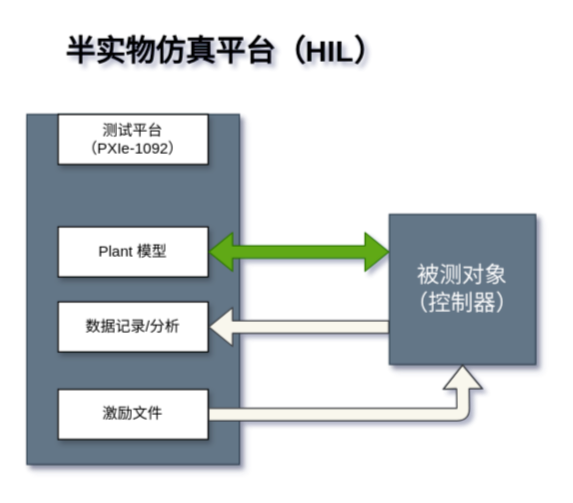
Earlier version of the draw.io diagram Untitled Diagram.drawio (3038814044/GE-Reflective-Memory-Custom-Device-multiple-DMA-transfer). Source tidied: cells renumbered, new cells numbered last; positions are measured from the earlier drawing's top-left corner, leaving out a move shared by most shapes. Both pictures are drawn from the tidied source at 125%, with x=0, y=0 at pixel (26, 26).
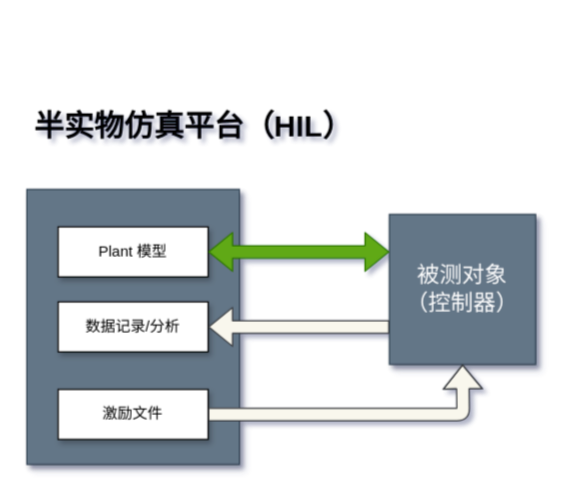
Above is the later version.

What changed in the source:
```diff
@@
 <mxGraphModel background="#ffffff" shadow="1">
   <root>
     <mxCell id="0" />
     <mxCell id="1" parent="0" />
     <mxCell id="2" style="whiteSpace=wrap;html=1;shadow=1;fontSize=18;fillColor=#647687;strokeColor=#314354;fontColor=#ffffff;" parent="1" vertex="1">
-      <mxGeometry y="70" width="170" height="280" as="geometry" />
+      <mxGeometry y="130" width="170" height="220" as="geometry" />
     </mxCell>
     <mxCell id="3" value="被测对象&lt;br&gt;（控制器）" style="whiteSpace=wrap;html=1;shadow=1;fontSize=18;fillColor=#647687;strokeColor=#314354;fontColor=#ffffff;" parent="1" vertex="1">
       <mxGeometry x="290" y="150" width="117" height="120" as="geometry" />
     </mxCell>
-    <mxCell id="4" value="测试平台&lt;br&gt;（PXIe-1092）" style="rounded=0;whiteSpace=wrap;html=1;shadow=1;" parent="1" vertex="1">
-      <mxGeometry x="25" y="70" width="120" height="40" as="geometry" />
-    </mxCell>
     <mxCell id="5" value="半实物仿真平台（HIL）" style="text;strokeColor=none;fillColor=none;html=1;fontSize=24;fontStyle=1;verticalAlign=middle;align=center;shadow=1;" parent="1" vertex="1">
-      <mxGeometry x="25" width="265" height="40" as="geometry" />
+      <mxGeometry y="60" width="265" height="40" as="geometry" />
     </mxCell>
     <mxCell id="6" value="Plant 模型" style="rounded=0;whiteSpace=wrap;html=1;shadow=1;" parent="1" vertex="1">
       <mxGeometry x="25" y="160" width="120" height="40" as="geometry" />
     </mxCell>
     <mxCell id="7" style="shape=flexArrow;endArrow=classic;startArrow=classic;html=1;entryX=0;entryY=0.25;entryDx=0;entryDy=0;exitX=1;exitY=0.5;exitDx=0;exitDy=0;fillColor=#60a917;strokeColor=#2D7600;" parent="1" edge="1" source="6" target="3">
       <mxGeometry relative="1" as="geometry" />
     </mxCell>
     <mxCell id="8" value="数据记录/分析" style="rounded=0;whiteSpace=wrap;html=1;shadow=1;" parent="1" vertex="1">
       <mxGeometry x="25" y="220" width="120" height="40" as="geometry" />
     </mxCell>
     <mxCell id="9" style="shape=flexArrow;endArrow=classic;html=1;entryX=1;entryY=0.5;entryDx=0;entryDy=0;exitX=0;exitY=0.75;exitDx=0;exitDy=0;fillColor=#f9f7ed;strokeColor=#36393d;" parent="1" edge="1" source="3" target="8">
       <mxGeometry relative="1" as="geometry" />
     </mxCell>
     <mxCell id="10" value="激励文件" style="rounded=0;whiteSpace=wrap;html=1;shadow=1;" parent="1" vertex="1">
       <mxGeometry x="25" y="290" width="120" height="40" as="geometry" />
     </mxCell>
     <mxCell id="11" style="shape=flexArrow;endArrow=classic;html=1;exitX=1;exitY=0.5;exitDx=0;exitDy=0;entryX=0.5;entryY=1;entryDx=0;entryDy=0;fillColor=#f9f7ed;strokeColor=#36393d;" parent="1" edge="1" source="10" target="3">
       <mxGeometry relative="1" as="geometry">
         <Array as="points">
           <mxPoint x="280" y="310" />
           <mxPoint x="349" y="310" />
         </Array>
       </mxGeometry>
     </mxCell>
   </root>
 </mxGraphModel>
```
